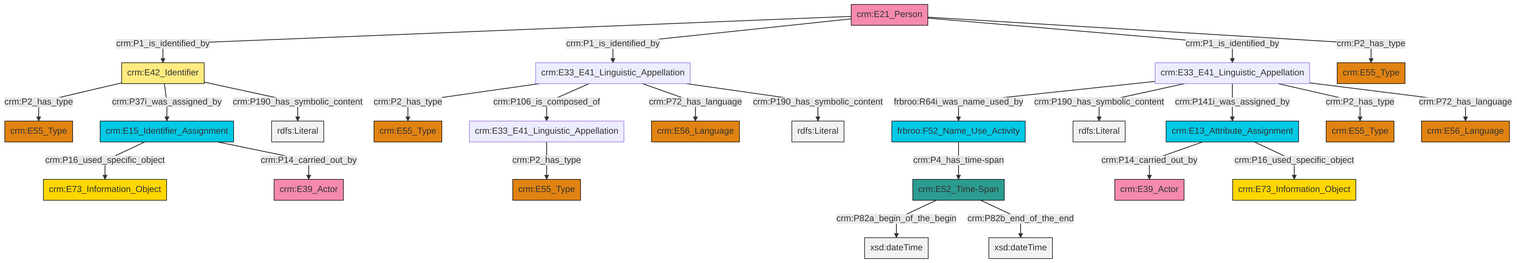
The Mermaid diagram et/personCSV/ttl/mmd/png/Person_Names_and_Classification.png in swiss-art-research-net/reference-data-models, before a commit. Its source is kept beside it as et/personCSV/ttl/mmd/Person_Names_and_Classification.ttl.mmd.
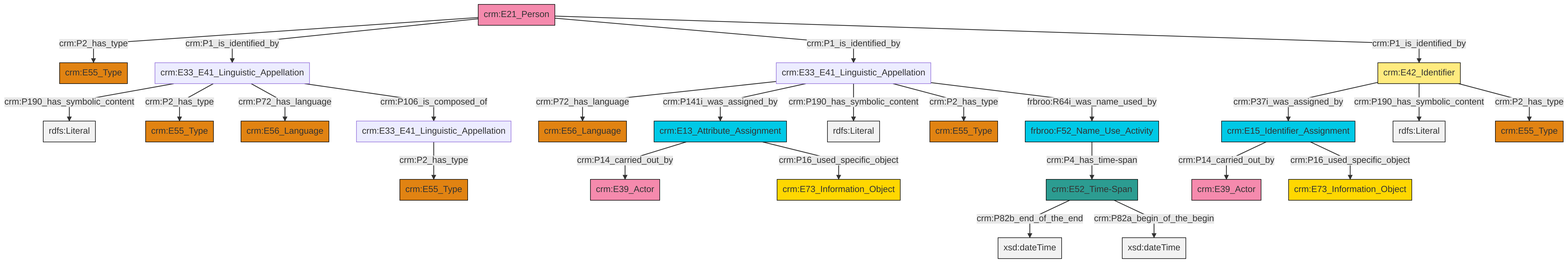
After the change.

What changed in the source:
```diff
@@ -13,27 +13,27 @@
 classDef PC_Classes fill:#4ce600, stroke:#000000;
 classDef Multi fill:#cccccc,stroke:#000000;
 
-2["crm:E33_E41_Linguistic_Appellation"]:::Default -->|crm:P2_has_type| 3["crm:E55_Type"]:::Type
-2["crm:E33_E41_Linguistic_Appellation"]:::Default -->|crm:P106_is_composed_of| 4["crm:E33_E41_Linguistic_Appellation"]:::Default
-2["crm:E33_E41_Linguistic_Appellation"]:::Default -->|crm:P72_has_language| 5["crm:E56_Language"]:::Type
-6["crm:E52_Time-Span"]:::Time-Span -->|crm:P82a_begin_of_the_begin| 7[xsd:dateTime]:::Literal
-12["crm:E15_Identifier_Assignment"]:::Temporal_Entity -->|crm:P16_used_specific_object| 13["crm:E73_Information_Object"]:::Conceptual_Object
-14["crm:E21_Person"]:::Actor -->|crm:P1_is_identified_by| 15["crm:E42_Identifier"]:::Appellation
-16["crm:E33_E41_Linguistic_Appellation"]:::Default -->|frbroo:R64i_was_name_used_by| 17["frbroo:F52_Name_Use_Activity"]:::Temporal_Entity
-16["crm:E33_E41_Linguistic_Appellation"]:::Default -->|crm:P190_has_symbolic_content| 18[rdfs:Literal]:::Literal
-2["crm:E33_E41_Linguistic_Appellation"]:::Default -->|crm:P190_has_symbolic_content| 22[rdfs:Literal]:::Literal
-14["crm:E21_Person"]:::Actor -->|crm:P1_is_identified_by| 2["crm:E33_E41_Linguistic_Appellation"]:::Default
-14["crm:E21_Person"]:::Actor -->|crm:P1_is_identified_by| 16["crm:E33_E41_Linguistic_Appellation"]:::Default
-16["crm:E33_E41_Linguistic_Appellation"]:::Default -->|crm:P141i_was_assigned_by| 24["crm:E13_Attribute_Assignment"]:::Temporal_Entity
-12["crm:E15_Identifier_Assignment"]:::Temporal_Entity -->|crm:P14_carried_out_by| 34["crm:E39_Actor"]:::Actor
-16["crm:E33_E41_Linguistic_Appellation"]:::Default -->|crm:P2_has_type| 39["crm:E55_Type"]:::Type
-6["crm:E52_Time-Span"]:::Time-Span -->|crm:P82b_end_of_the_end| 40[xsd:dateTime]:::Literal
-14["crm:E21_Person"]:::Actor -->|crm:P2_has_type| 0["crm:E55_Type"]:::Type
-15["crm:E42_Identifier"]:::Appellation -->|crm:P2_has_type| 19["crm:E55_Type"]:::Type
-15["crm:E42_Identifier"]:::Appellation -->|crm:P37i_was_assigned_by| 12["crm:E15_Identifier_Assignment"]:::Temporal_Entity
-17["frbroo:F52_Name_Use_Activity"]:::Temporal_Entity -->|crm:P4_has_time-span| 6["crm:E52_Time-Span"]:::Time-Span
-24["crm:E13_Attribute_Assignment"]:::Temporal_Entity -->|crm:P14_carried_out_by| 31["crm:E39_Actor"]:::Actor
-16["crm:E33_E41_Linguistic_Appellation"]:::Default -->|crm:P72_has_language| 29["crm:E56_Language"]:::Type
-24["crm:E13_Attribute_Assignment"]:::Temporal_Entity -->|crm:P16_used_specific_object| 35["crm:E73_Information_Object"]:::Conceptual_Object
-15["crm:E42_Identifier"]:::Appellation -->|crm:P190_has_symbolic_content| 44[rdfs:Literal]:::Literal
-4["crm:E33_E41_Linguistic_Appellation"]:::Default -->|crm:P2_has_type| 45["crm:E55_Type"]:::Type
+0["frbroo:F52_Name_Use_Activity"]:::Temporal_Entity -->|crm:P4_has_time-span| 1["crm:E52_Time-Span"]:::Time-Span
+2["crm:E33_E41_Linguistic_Appellation"]:::Default -->|crm:P190_has_symbolic_content| 3[rdfs:Literal]:::Literal
+2["crm:E33_E41_Linguistic_Appellation"]:::Default -->|crm:P2_has_type| 4["crm:E55_Type"]:::Type
+12["crm:E13_Attribute_Assignment"]:::Temporal_Entity -->|crm:P14_carried_out_by| 13["crm:E39_Actor"]:::Actor
+19["crm:E33_E41_Linguistic_Appellation"]:::Default -->|crm:P72_has_language| 15["crm:E56_Language"]:::Type
+19["crm:E33_E41_Linguistic_Appellation"]:::Default -->|crm:P141i_was_assigned_by| 12["crm:E13_Attribute_Assignment"]:::Temporal_Entity
+10["crm:E21_Person"]:::Actor -->|crm:P2_has_type| 21["crm:E55_Type"]:::Type
+8["crm:E15_Identifier_Assignment"]:::Temporal_Entity -->|crm:P14_carried_out_by| 22["crm:E39_Actor"]:::Actor
+10["crm:E21_Person"]:::Actor -->|crm:P1_is_identified_by| 2["crm:E33_E41_Linguistic_Appellation"]:::Default
+1["crm:E52_Time-Span"]:::Time-Span -->|crm:P82b_end_of_the_end| 23[xsd:dateTime]:::Literal
+8["crm:E15_Identifier_Assignment"]:::Temporal_Entity -->|crm:P16_used_specific_object| 24["crm:E73_Information_Object"]:::Conceptual_Object
+25["crm:E42_Identifier"]:::Appellation -->|crm:P37i_was_assigned_by| 8["crm:E15_Identifier_Assignment"]:::Temporal_Entity
+12["crm:E13_Attribute_Assignment"]:::Temporal_Entity -->|crm:P16_used_specific_object| 29["crm:E73_Information_Object"]:::Conceptual_Object
+25["crm:E42_Identifier"]:::Appellation -->|crm:P190_has_symbolic_content| 34[rdfs:Literal]:::Literal
+25["crm:E42_Identifier"]:::Appellation -->|crm:P2_has_type| 17["crm:E55_Type"]:::Type
+27["crm:E33_E41_Linguistic_Appellation"]:::Default -->|crm:P2_has_type| 30["crm:E55_Type"]:::Type
+19["crm:E33_E41_Linguistic_Appellation"]:::Default -->|crm:P190_has_symbolic_content| 37[rdfs:Literal]:::Literal
+10["crm:E21_Person"]:::Actor -->|crm:P1_is_identified_by| 19["crm:E33_E41_Linguistic_Appellation"]:::Default
+19["crm:E33_E41_Linguistic_Appellation"]:::Default -->|crm:P2_has_type| 6["crm:E55_Type"]:::Type
+1["crm:E52_Time-Span"]:::Time-Span -->|crm:P82a_begin_of_the_begin| 41[xsd:dateTime]:::Literal
+19["crm:E33_E41_Linguistic_Appellation"]:::Default -->|frbroo:R64i_was_name_used_by| 0["frbroo:F52_Name_Use_Activity"]:::Temporal_Entity
+10["crm:E21_Person"]:::Actor -->|crm:P1_is_identified_by| 25["crm:E42_Identifier"]:::Appellation
+2["crm:E33_E41_Linguistic_Appellation"]:::Default -->|crm:P72_has_language| 32["crm:E56_Language"]:::Type
+2["crm:E33_E41_Linguistic_Appellation"]:::Default -->|crm:P106_is_composed_of| 27["crm:E33_E41_Linguistic_Appellation"]:::Default
```
